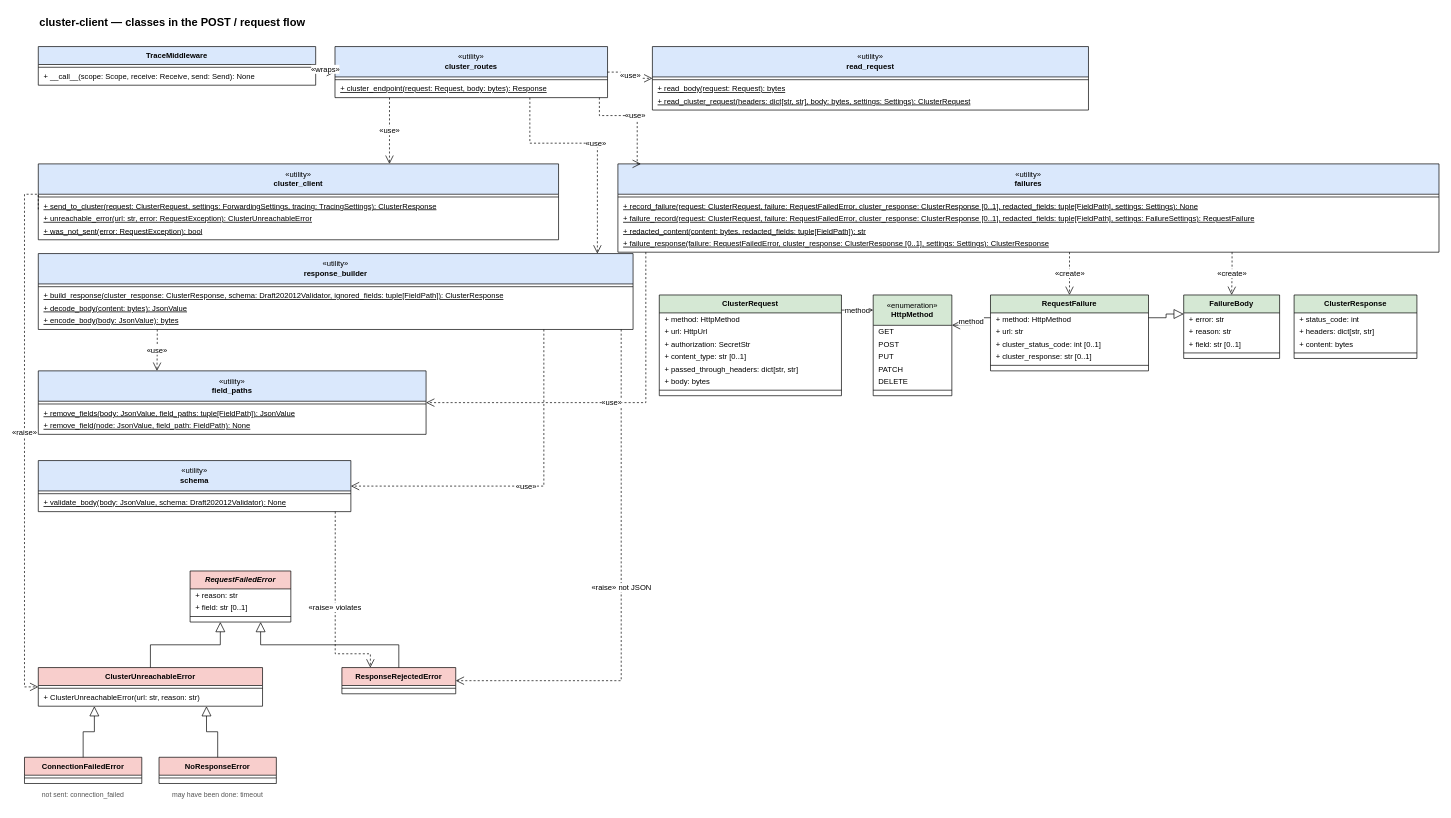
Above: docs/diagrams/class-diagram.drawio in EliShteinman/cluster-client (draw.io), before the change. Source tidied: cells renumbered, new cells numbered last; positions are measured from the earlier drawing's top-left corner, leaving out a move shared by most shapes. Both pictures are drawn from the tidied source at 69%, with x=0, y=0 at pixel (24, 12).
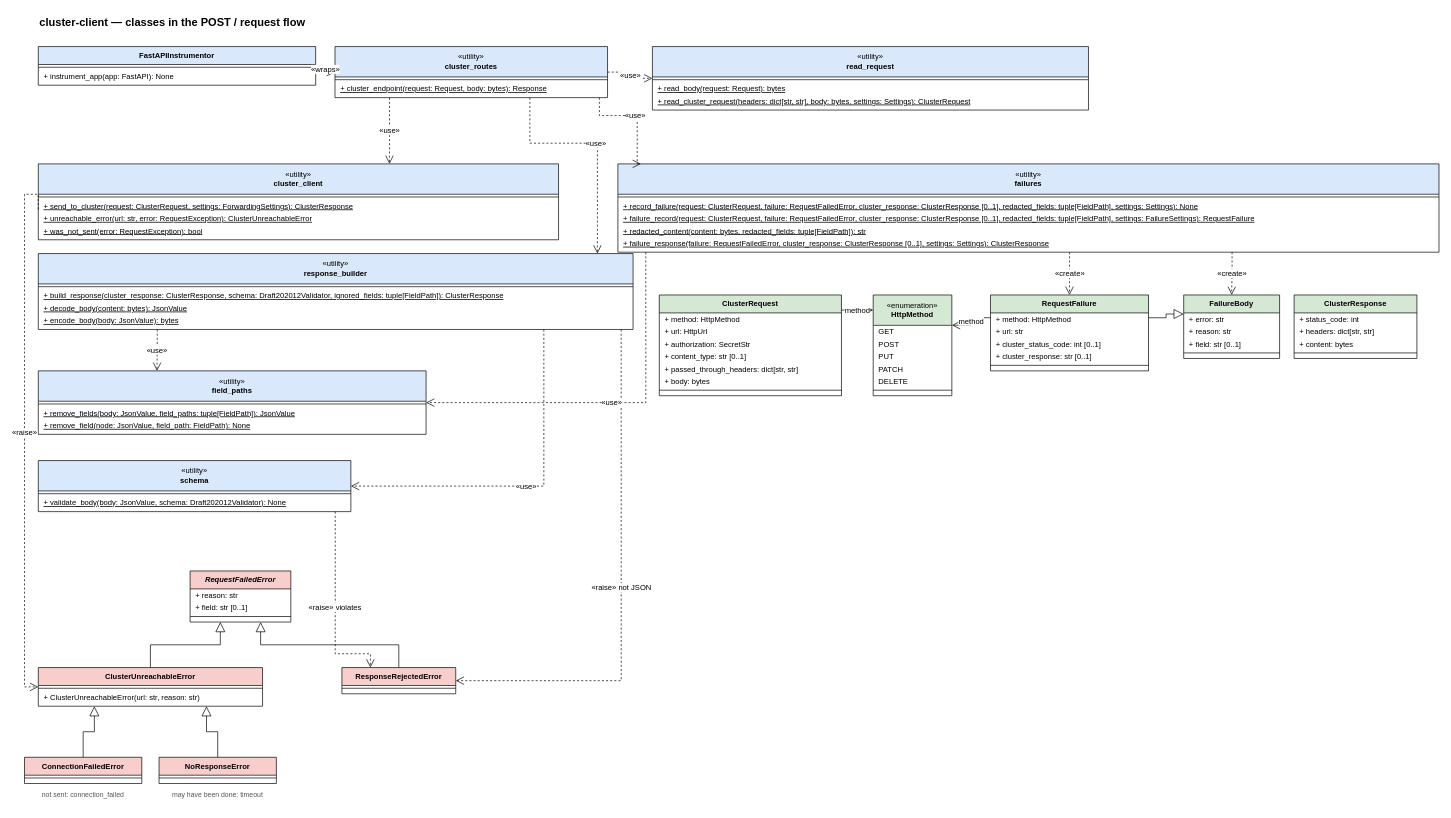
After the change.

Unchanged cells that the change refers to:
```xml
<mxCell id="13" value="«utility»&lt;br&gt;&lt;b&gt;cluster_client&lt;/b&gt;" style="swimlane;html=1;fontStyle=0;horizontal=1;startSize=44;whiteSpace=wrap;fillColor=#DAE8FC;swimlaneFillColor=#FFFFFF;fontFamily=Helvetica;fontSize=11;" parent="1" vertex="1">
  <mxGeometry x="20" y="220" width="754" height="110" as="geometry" />
</mxCell>
```

What changed in the source:
```diff
@@
-    <mxCell id="3" value="&lt;b&gt;TraceMiddleware&lt;/b&gt;" style="swimlane;html=1;fontStyle=0;horizontal=1;startSize=26;whiteSpace=wrap;fillColor=#DAE8FC;swimlaneFillColor=#FFFFFF;fontFamily=Helvetica;fontSize=11;" parent="1" vertex="1">
+    <mxCell id="3" value="&lt;b&gt;FastAPIInstrumentor&lt;/b&gt;" style="swimlane;html=1;fontStyle=0;horizontal=1;startSize=26;whiteSpace=wrap;fillColor=#DAE8FC;swimlaneFillColor=#FFFFFF;fontFamily=Helvetica;fontSize=11;" parent="1" vertex="1">
       <mxGeometry x="20" y="50" width="402" height="56" as="geometry" />
     </mxCell>
@@
-    <mxCell id="5" value="+ __call__(scope: Scope, receive: Receive, send: Send): None" style="text;strokeColor=none;fillColor=none;align=left;verticalAlign=middle;spacingLeft=6;spacingRight=4;overflow=hidden;fontStyle=0;fontFamily=Helvetica;fontSize=11;" parent="3" vertex="1">
+    <mxCell id="5" value="+ instrument_app(app: FastAPI): None" style="text;strokeColor=none;fillColor=none;align=left;verticalAlign=middle;spacingLeft=6;spacingRight=4;overflow=hidden;fontStyle=0;fontFamily=Helvetica;fontSize=11;" parent="3" vertex="1">
       <mxGeometry y="34" width="402" height="18" as="geometry" />
     </mxCell>
@@
-    <mxCell id="15" value="+ send_to_cluster(request: ClusterRequest, settings: ForwardingSettings, tracing: TracingSettings): ClusterResponse" style="text;strokeColor=none;fillColor=none;align=left;verticalAlign=middle;spacingLeft=6;spacingRight=4;overflow=hidden;fontStyle=4;fontFamily=Helvetica;fontSize=11;" parent="13" vertex="1">
+    <mxCell id="15" value="+ send_to_cluster(request: ClusterRequest, settings: ForwardingSettings): ClusterResponse" style="text;strokeColor=none;fillColor=none;align=left;verticalAlign=middle;spacingLeft=6;spacingRight=4;overflow=hidden;fontStyle=4;fontFamily=Helvetica;fontSize=11;" parent="13" vertex="1">
       <mxGeometry y="52" width="754" height="18" as="geometry" />
     </mxCell>
```
